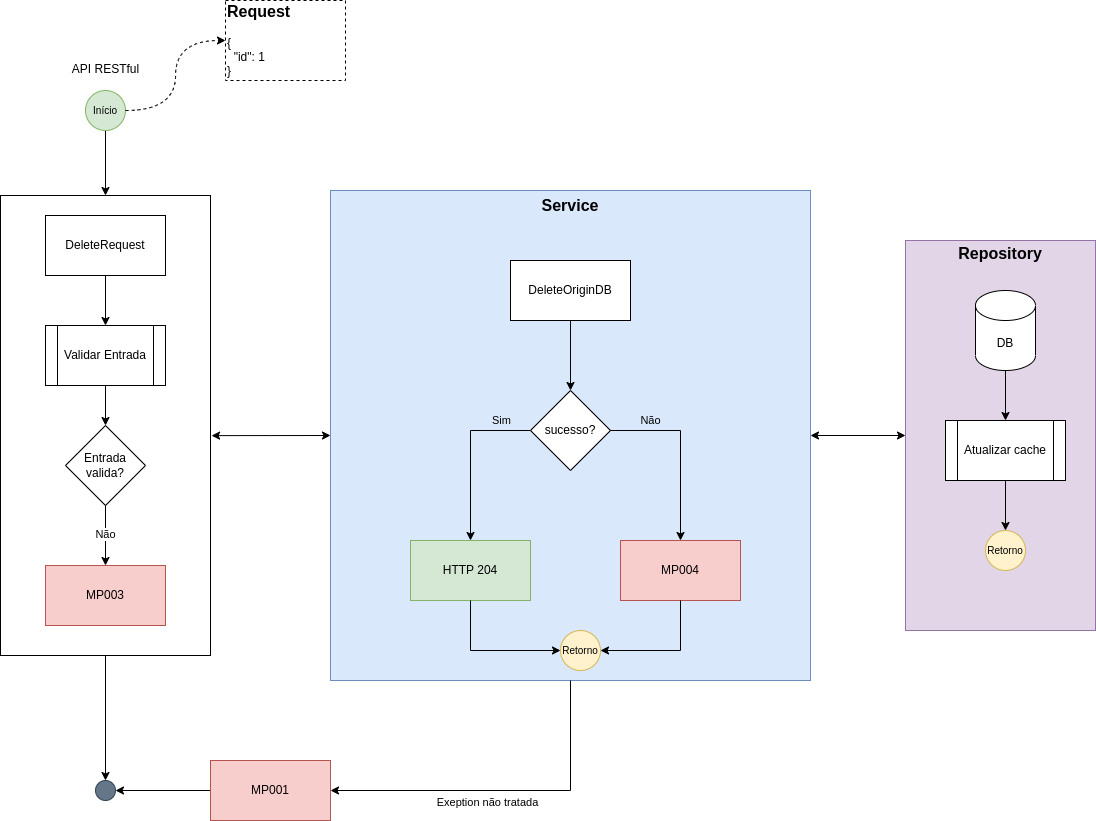
Above: MP_estrutura_grupos_ramos-API-DeleteOrigin-Fluxogram.drawio.png in eduardohv-ciandt/vsminhasprotecoes (draw.io), before the change. Source tidied: cells renumbered, new cells last; positions are measured from the earlier drawing's top-left corner, leaving out a move shared by most shapes.
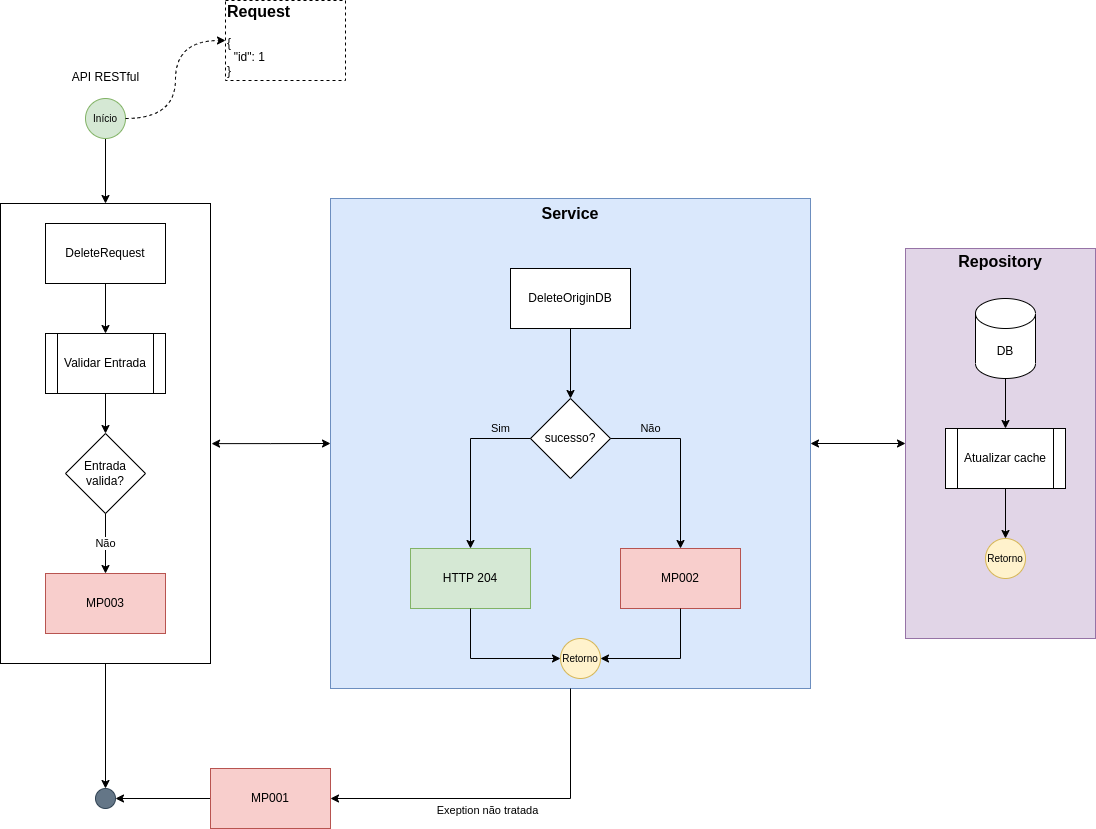
After the commit.

Diff of the diagram source:
```diff
@@ -55,7 +55,7 @@
     <mxCell id="18" style="edgeStyle=orthogonalEdgeStyle;rounded=0;jettySize=auto;html=1;labelBackgroundColor=none;fontSize=16;entryX=0.5;entryY=0;entryDx=0;entryDy=0;exitX=0.5;exitY=1;exitDx=0;exitDy=0;" parent="14" edge="1" source="16" target="17">
       <mxGeometry relative="1" as="geometry" />
     </mxCell>
-    <mxCell id="19" value="MP004" style="rounded=0;whiteSpace=wrap;html=1;fillColor=#f8cecc;strokeColor=#b85450;" parent="14" vertex="1">
+    <mxCell id="19" value="MP002" style="rounded=0;whiteSpace=wrap;html=1;fillColor=#f8cecc;strokeColor=#b85450;" parent="14" vertex="1">
       <mxGeometry x="290" y="350" width="120" height="60" as="geometry" />
     </mxCell>
     <mxCell id="20" value="Não" style="edgeStyle=orthogonalEdgeStyle;rounded=0;jettySize=auto;html=1;entryX=0.5;entryY=0;entryDx=0;entryDy=0;labelBackgroundColor=none;" parent="14" edge="1" source="17" target="19">
@@ -116,7 +116,7 @@
       <mxGeometry x="67.5" y="50" width="75" height="30" as="geometry" />
     </mxCell>
     <mxCell id="39" value="&lt;div style=&quot;&quot;&gt;&lt;div style=&quot;border-color: var(--border-color);&quot;&gt;&lt;b style=&quot;border-color: var(--border-color);&quot;&gt;Request&lt;/b&gt;&lt;/div&gt;&lt;div style=&quot;border-color: var(--border-color); font-size: 12px;&quot;&gt;&lt;font style=&quot;border-color: var(--border-color);&quot;&gt;&lt;br style=&quot;border-color: var(--border-color);&quot;&gt;&lt;/font&gt;&lt;/div&gt;&lt;div style=&quot;border-color: var(--border-color); font-size: 12px;&quot;&gt;&lt;div style=&quot;border-color: var(--border-color);&quot;&gt;&lt;div style=&quot;border-color: var(--border-color);&quot;&gt;&lt;div style=&quot;border-color: var(--border-color);&quot;&gt;&lt;div style=&quot;border-color: var(--border-color);&quot;&gt;&lt;font style=&quot;border-color: var(--border-color);&quot;&gt;{&lt;/font&gt;&lt;/div&gt;&lt;div style=&quot;border-color: var(--border-color);&quot;&gt;&lt;font style=&quot;border-color: var(--border-color);&quot;&gt;&amp;nbsp; &quot;id&quot;: 1&lt;/font&gt;&lt;/div&gt;&lt;div style=&quot;border-color: var(--border-color);&quot;&gt;&lt;font style=&quot;border-color: var(--border-color);&quot;&gt;}&lt;/font&gt;&lt;/div&gt;&lt;/div&gt;&lt;/div&gt;&lt;/div&gt;&lt;/div&gt;&lt;/div&gt;" style="rounded=0;whiteSpace=wrap;html=1;fontSize=16;labelBackgroundColor=none;align=left;dashed=1;spacing=2;" parent="1" vertex="1">
-      <mxGeometry x="225" width="120" height="80" as="geometry" />
+      <mxGeometry x="225" y="-8" width="120" height="80" as="geometry" />
     </mxCell>
     <mxCell id="40" style="edgeStyle=orthogonalEdgeStyle;rounded=0;jettySize=auto;html=1;entryX=0;entryY=0.5;entryDx=0;entryDy=0;dashed=1;exitX=1;exitY=0.5;exitDx=0;exitDy=0;curved=1;" parent="1" edge="1" source="37" target="39">
       <mxGeometry relative="1" as="geometry" />
```
